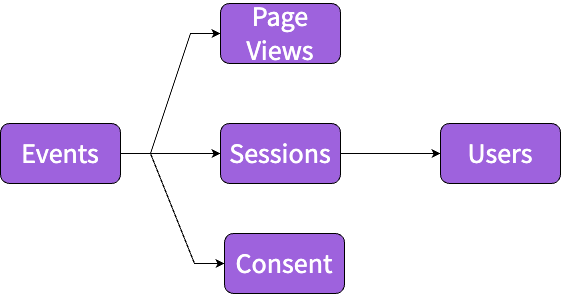
This is docs/modeling-your-data/modeling-your-data-with-dbt/dbt-models/dbt-web-data-model/images/web-process-light.drawio.png from snowplow/documentation, a draw.io export, as it was before one commit. Source tidied: cells renumbered, new cells last; positions are measured from the earlier drawing's top-left corner, leaving out a move shared by most shapes. Its diagram source:
```xml
<mxGraphModel>
  <root>
    <mxCell id="0" />
    <mxCell id="1" parent="0" />
    <mxCell id="2" style="edgeStyle=entityRelationEdgeStyle;rounded=0;jettySize=auto;html=1;exitX=1;exitY=0.5;exitDx=0;exitDy=0;entryX=0;entryY=0.5;entryDx=0;entryDy=0;fontFamily=Source Sans Pro;fontSource=https%3A%2F%2Ffonts.googleapis.com%2Fcss%3Ffamily%3DSource%2BSans%2BPro;fontSize=28;fontColor=#FFFFFF;" parent="1" edge="1" source="5" target="8">
      <mxGeometry relative="1" as="geometry" />
    </mxCell>
    <mxCell id="3" style="edgeStyle=entityRelationEdgeStyle;rounded=0;jettySize=auto;html=1;exitX=1;exitY=0.5;exitDx=0;exitDy=0;entryX=0;entryY=0.5;entryDx=0;entryDy=0;fontFamily=Source Sans Pro;fontSource=https%3A%2F%2Ffonts.googleapis.com%2Fcss%3Ffamily%3DSource%2BSans%2BPro;fontSize=28;fontColor=#FFFFFF;" parent="1" edge="1" source="5" target="7">
      <mxGeometry relative="1" as="geometry" />
    </mxCell>
    <mxCell id="4" style="edgeStyle=entityRelationEdgeStyle;rounded=0;jettySize=auto;html=1;exitX=1;exitY=0.5;exitDx=0;exitDy=0;entryX=0;entryY=0.5;entryDx=0;entryDy=0;fontFamily=Source Sans Pro;fontSource=https%3A%2F%2Ffonts.googleapis.com%2Fcss%3Ffamily%3DSource%2BSans%2BPro;fontSize=28;fontColor=#FFFFFF;" parent="1" edge="1" source="5" target="10">
      <mxGeometry relative="1" as="geometry" />
    </mxCell>
    <mxCell id="5" value="Events" style="rounded=1;whiteSpace=wrap;html=1;fontFamily=Source Sans Pro;fontSource=https%3A%2F%2Ffonts.googleapis.com%2Fcss%3Ffamily%3DSource%2BSans%2BPro;fontSize=28;fontStyle=0;fillColor=#9E62DD;fontColor=#FFFFFF;" parent="1" vertex="1">
      <mxGeometry y="120" width="120" height="60" as="geometry" />
    </mxCell>
    <mxCell id="6" style="edgeStyle=entityRelationEdgeStyle;rounded=0;jettySize=auto;html=1;exitX=1;exitY=0.5;exitDx=0;exitDy=0;fontFamily=Source Sans Pro;fontSource=https%3A%2F%2Ffonts.googleapis.com%2Fcss%3Ffamily%3DSource%2BSans%2BPro;fontSize=28;entryX=0;entryY=0.5;entryDx=0;entryDy=0;fontColor=#FFFFFF;" parent="1" edge="1" source="7" target="9">
      <mxGeometry relative="1" as="geometry" />
    </mxCell>
    <mxCell id="7" value="Sessions" style="rounded=1;whiteSpace=wrap;html=1;fontFamily=Source Sans Pro;fontSource=https%3A%2F%2Ffonts.googleapis.com%2Fcss%3Ffamily%3DSource%2BSans%2BPro;fontSize=28;fontStyle=0;fillColor=#9E62DD;fontColor=#FFFFFF;" parent="1" vertex="1">
      <mxGeometry x="220" y="120" width="120" height="60" as="geometry" />
    </mxCell>
    <mxCell id="8" value="Page Views" style="rounded=1;whiteSpace=wrap;html=1;fontFamily=Source Sans Pro;fontSource=https%3A%2F%2Ffonts.googleapis.com%2Fcss%3Ffamily%3DSource%2BSans%2BPro;fontSize=28;fontStyle=0;fillColor=#9E62DD;fontColor=#FFFFFF;" parent="1" vertex="1">
      <mxGeometry x="220" width="120" height="60" as="geometry" />
    </mxCell>
    <mxCell id="9" value="Users" style="rounded=1;whiteSpace=wrap;html=1;fontFamily=Source Sans Pro;fontSource=https%3A%2F%2Ffonts.googleapis.com%2Fcss%3Ffamily%3DSource%2BSans%2BPro;fontSize=28;fontStyle=0;fillColor=#9E62DD;fontColor=#FFFFFF;" parent="1" vertex="1">
      <mxGeometry x="440" y="120" width="120" height="60" as="geometry" />
    </mxCell>
    <mxCell id="10" value="Consent" style="rounded=1;whiteSpace=wrap;html=1;fontFamily=Source Sans Pro;fontSource=https%3A%2F%2Ffonts.googleapis.com%2Fcss%3Ffamily%3DSource%2BSans%2BPro;fontSize=28;fontStyle=0;fillColor=#9E62DD;fontColor=#FFFFFF;" parent="1" vertex="1">
      <mxGeometry x="224" y="230" width="120" height="60" as="geometry" />
    </mxCell>
  </root>
</mxGraphModel>
```
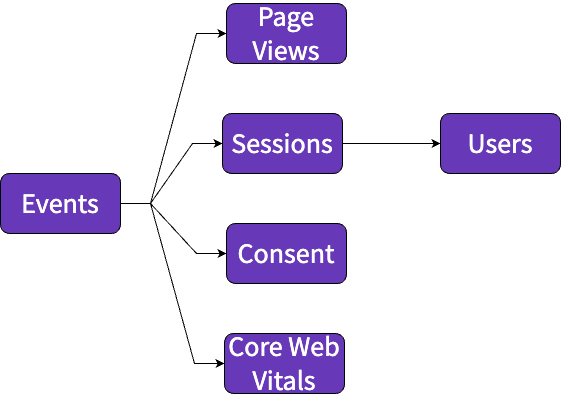
The same diagram one commit later.

Diff of the diagram source:
```diff
@@ -2,32 +2,38 @@
   <root>
     <mxCell id="0" />
     <mxCell id="1" parent="0" />
-    <mxCell id="2" style="edgeStyle=entityRelationEdgeStyle;rounded=0;jettySize=auto;html=1;exitX=1;exitY=0.5;exitDx=0;exitDy=0;entryX=0;entryY=0.5;entryDx=0;entryDy=0;fontFamily=Source Sans Pro;fontSource=https%3A%2F%2Ffonts.googleapis.com%2Fcss%3Ffamily%3DSource%2BSans%2BPro;fontSize=28;fontColor=#FFFFFF;" parent="1" edge="1" source="5" target="8">
+    <mxCell id="2" style="edgeStyle=entityRelationEdgeStyle;rounded=0;jettySize=auto;html=1;exitX=1;exitY=0.5;exitDx=0;exitDy=0;entryX=0;entryY=0.5;entryDx=0;entryDy=0;fontFamily=Source Sans Pro;fontSource=https%3A%2F%2Ffonts.googleapis.com%2Fcss%3Ffamily%3DSource%2BSans%2BPro;fontSize=28;strokeColor=#000000;fontColor=#FFFFFF;" parent="1" edge="1" source="5" target="8">
       <mxGeometry relative="1" as="geometry" />
     </mxCell>
-    <mxCell id="3" style="edgeStyle=entityRelationEdgeStyle;rounded=0;jettySize=auto;html=1;exitX=1;exitY=0.5;exitDx=0;exitDy=0;entryX=0;entryY=0.5;entryDx=0;entryDy=0;fontFamily=Source Sans Pro;fontSource=https%3A%2F%2Ffonts.googleapis.com%2Fcss%3Ffamily%3DSource%2BSans%2BPro;fontSize=28;fontColor=#FFFFFF;" parent="1" edge="1" source="5" target="7">
+    <mxCell id="3" style="edgeStyle=entityRelationEdgeStyle;rounded=0;jettySize=auto;html=1;exitX=1;exitY=0.5;exitDx=0;exitDy=0;entryX=0;entryY=0.5;entryDx=0;entryDy=0;fontFamily=Source Sans Pro;fontSource=https%3A%2F%2Ffonts.googleapis.com%2Fcss%3Ffamily%3DSource%2BSans%2BPro;fontSize=28;strokeColor=#000000;fontColor=#FFFFFF;" parent="1" edge="1" source="5" target="7">
       <mxGeometry relative="1" as="geometry" />
     </mxCell>
-    <mxCell id="4" style="edgeStyle=entityRelationEdgeStyle;rounded=0;jettySize=auto;html=1;exitX=1;exitY=0.5;exitDx=0;exitDy=0;entryX=0;entryY=0.5;entryDx=0;entryDy=0;fontFamily=Source Sans Pro;fontSource=https%3A%2F%2Ffonts.googleapis.com%2Fcss%3Ffamily%3DSource%2BSans%2BPro;fontSize=28;fontColor=#FFFFFF;" parent="1" edge="1" source="5" target="10">
+    <mxCell id="4" style="edgeStyle=entityRelationEdgeStyle;rounded=0;jettySize=auto;html=1;exitX=1;exitY=0.5;exitDx=0;exitDy=0;entryX=0;entryY=0.5;entryDx=0;entryDy=0;fontFamily=Source Sans Pro;fontSource=https%3A%2F%2Ffonts.googleapis.com%2Fcss%3Ffamily%3DSource%2BSans%2BPro;fontSize=28;strokeColor=#000000;fontColor=#FFFFFF;" parent="1" edge="1" source="5" target="10">
       <mxGeometry relative="1" as="geometry" />
     </mxCell>
+    <mxCell id="11" style="edgeStyle=entityRelationEdgeStyle;rounded=0;jettySize=auto;html=1;exitX=1;exitY=0.5;exitDx=0;exitDy=0;entryX=0;entryY=0.5;entryDx=0;entryDy=0;elbow=vertical;" parent="1" edge="1" source="5" target="12">
+      <mxGeometry relative="1" as="geometry" />
+    </mxCell>
-    <mxCell id="5" value="Events" style="rounded=1;whiteSpace=wrap;html=1;fontFamily=Source Sans Pro;fontSource=https%3A%2F%2Ffonts.googleapis.com%2Fcss%3Ffamily%3DSource%2BSans%2BPro;fontSize=28;fontStyle=0;fillColor=#9E62DD;fontColor=#FFFFFF;" parent="1" vertex="1">
-      <mxGeometry y="120" width="120" height="60" as="geometry" />
+    <mxCell id="5" value="Events" style="rounded=1;whiteSpace=wrap;html=1;fontFamily=Source Sans Pro;fontSource=https%3A%2F%2Ffonts.googleapis.com%2Fcss%3Ffamily%3DSource%2BSans%2BPro;fontSize=28;fontStyle=0;fillColor=#6738B8;fontColor=#FFFFFF;strokeColor=#000000;" parent="1" vertex="1">
+      <mxGeometry x="10" y="130" width="120" height="60" as="geometry" />
     </mxCell>
-    <mxCell id="6" style="edgeStyle=entityRelationEdgeStyle;rounded=0;jettySize=auto;html=1;exitX=1;exitY=0.5;exitDx=0;exitDy=0;fontFamily=Source Sans Pro;fontSource=https%3A%2F%2Ffonts.googleapis.com%2Fcss%3Ffamily%3DSource%2BSans%2BPro;fontSize=28;entryX=0;entryY=0.5;entryDx=0;entryDy=0;fontColor=#FFFFFF;" parent="1" edge="1" source="7" target="9">
+    <mxCell id="6" style="edgeStyle=entityRelationEdgeStyle;rounded=0;jettySize=auto;html=1;exitX=1;exitY=0.5;exitDx=0;exitDy=0;fontFamily=Source Sans Pro;fontSource=https%3A%2F%2Ffonts.googleapis.com%2Fcss%3Ffamily%3DSource%2BSans%2BPro;fontSize=28;entryX=0;entryY=0.5;entryDx=0;entryDy=0;strokeColor=#000000;fontColor=#FFFFFF;" parent="1" edge="1" source="7" target="9">
       <mxGeometry relative="1" as="geometry" />
     </mxCell>
-    <mxCell id="7" value="Sessions" style="rounded=1;whiteSpace=wrap;html=1;fontFamily=Source Sans Pro;fontSource=https%3A%2F%2Ffonts.googleapis.com%2Fcss%3Ffamily%3DSource%2BSans%2BPro;fontSize=28;fontStyle=0;fillColor=#9E62DD;fontColor=#FFFFFF;" parent="1" vertex="1">
-      <mxGeometry x="220" y="120" width="120" height="60" as="geometry" />
+    <mxCell id="7" value="Sessions" style="rounded=1;whiteSpace=wrap;html=1;fontFamily=Source Sans Pro;fontSource=https%3A%2F%2Ffonts.googleapis.com%2Fcss%3Ffamily%3DSource%2BSans%2BPro;fontSize=28;fontStyle=0;fillColor=#6738B8;fontColor=#FFFFFF;strokeColor=#000000;" parent="1" vertex="1">
+      <mxGeometry x="232" y="70" width="120" height="60" as="geometry" />
     </mxCell>
-    <mxCell id="8" value="Page Views" style="rounded=1;whiteSpace=wrap;html=1;fontFamily=Source Sans Pro;fontSource=https%3A%2F%2Ffonts.googleapis.com%2Fcss%3Ffamily%3DSource%2BSans%2BPro;fontSize=28;fontStyle=0;fillColor=#9E62DD;fontColor=#FFFFFF;" parent="1" vertex="1">
-      <mxGeometry x="220" width="120" height="60" as="geometry" />
+    <mxCell id="8" value="Page Views" style="rounded=1;whiteSpace=wrap;html=1;fontFamily=Source Sans Pro;fontSource=https%3A%2F%2Ffonts.googleapis.com%2Fcss%3Ffamily%3DSource%2BSans%2BPro;fontSize=28;fontStyle=0;fillColor=#6738B8;fontColor=#FFFFFF;strokeColor=#000000;" parent="1" vertex="1">
+      <mxGeometry x="236" y="-40" width="120" height="60" as="geometry" />
     </mxCell>
-    <mxCell id="9" value="Users" style="rounded=1;whiteSpace=wrap;html=1;fontFamily=Source Sans Pro;fontSource=https%3A%2F%2Ffonts.googleapis.com%2Fcss%3Ffamily%3DSource%2BSans%2BPro;fontSize=28;fontStyle=0;fillColor=#9E62DD;fontColor=#FFFFFF;" parent="1" vertex="1">
-      <mxGeometry x="440" y="120" width="120" height="60" as="geometry" />
+    <mxCell id="9" value="Users" style="rounded=1;whiteSpace=wrap;html=1;fontFamily=Source Sans Pro;fontSource=https%3A%2F%2Ffonts.googleapis.com%2Fcss%3Ffamily%3DSource%2BSans%2BPro;fontSize=28;fontStyle=0;fillColor=#6738B8;fontColor=#FFFFFF;" parent="1" vertex="1">
+      <mxGeometry x="450" y="70" width="120" height="60" as="geometry" />
     </mxCell>
-    <mxCell id="10" value="Consent" style="rounded=1;whiteSpace=wrap;html=1;fontFamily=Source Sans Pro;fontSource=https%3A%2F%2Ffonts.googleapis.com%2Fcss%3Ffamily%3DSource%2BSans%2BPro;fontSize=28;fontStyle=0;fillColor=#9E62DD;fontColor=#FFFFFF;" parent="1" vertex="1">
-      <mxGeometry x="224" y="230" width="120" height="60" as="geometry" />
+    <mxCell id="10" value="Consent" style="rounded=1;whiteSpace=wrap;html=1;fontFamily=Source Sans Pro;fontSource=https%3A%2F%2Ffonts.googleapis.com%2Fcss%3Ffamily%3DSource%2BSans%2BPro;fontSize=28;fontStyle=0;fillColor=#6738B8;fontColor=#FFFFFF;strokeColor=#000000;" parent="1" vertex="1">
+      <mxGeometry x="236" y="180" width="120" height="60" as="geometry" />
     </mxCell>
+    <mxCell id="12" value="Core Web Vitals" style="rounded=1;whiteSpace=wrap;html=1;fontFamily=Source Sans Pro;fontSource=https%3A%2F%2Ffonts.googleapis.com%2Fcss%3Ffamily%3DSource%2BSans%2BPro;fontSize=28;fontStyle=0;fillColor=#6738B8;fontColor=#FFFFFF;" parent="1" vertex="1">
+      <mxGeometry x="234" y="290" width="120" height="60" as="geometry" />
+    </mxCell>
   </root>
 </mxGraphModel>
```
